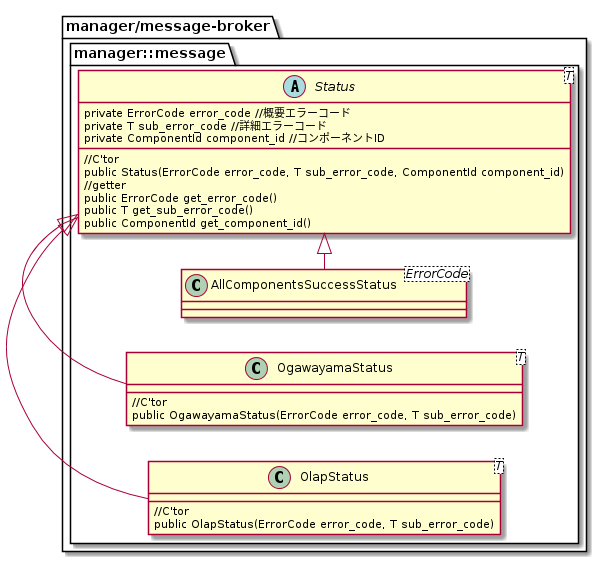
This is docs/img/out/Status/Status.png from project-tsurugi/tsurugi_fdw, a PlantUML export, as it was before one commit.
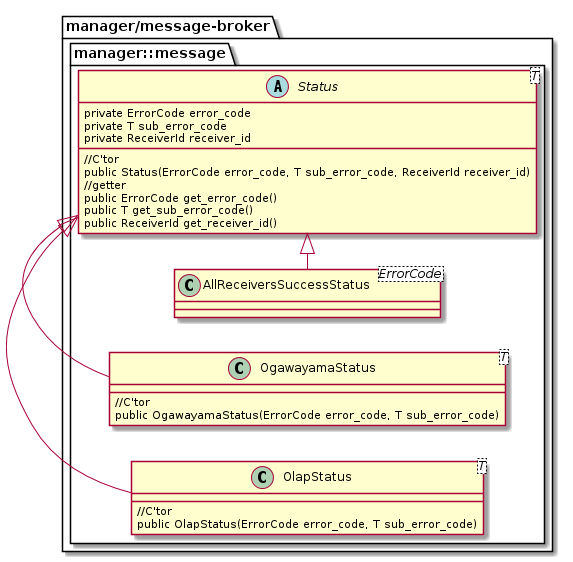
Later version of the same file.

Diff of the diagram source:
```diff
@@ -7,17 +7,17 @@
     abstract class Status<T>
     {
         {method}//C'tor
-        {method}public Status(ErrorCode error_code, T sub_error_code, ComponentId component_id)
+        {method}public Status(ErrorCode error_code, T sub_error_code, ReceiverId receiver_id)
         {method}//getter
         {method}public ErrorCode get_error_code()
         {method}public T get_sub_error_code()
-        {method}public ComponentId get_component_id()
-        {field}private ErrorCode error_code //概要エラーコード
-        {field}private T sub_error_code //詳細エラーコード
-        {field}private ComponentId component_id //コンポーネントID
+        {method}public ReceiverId get_receiver_id()
+        {field}private ErrorCode error_code
+        {field}private T sub_error_code
+        {field}private ReceiverId receiver_id
     }
 
-    class AllComponentsSuccessStatus<ErrorCode>
+    class AllReceiversSuccessStatus<ErrorCode>
     {
     }
 
@@ -33,7 +33,7 @@
         {method}public OlapStatus(ErrorCode error_code, T sub_error_code)
     }
 
-AllComponentsSuccessStatus -|> Status
+AllReceiversSuccessStatus -|> Status
 OgawayamaStatus -|> Status
 OlapStatus -|> Status
 }
```
